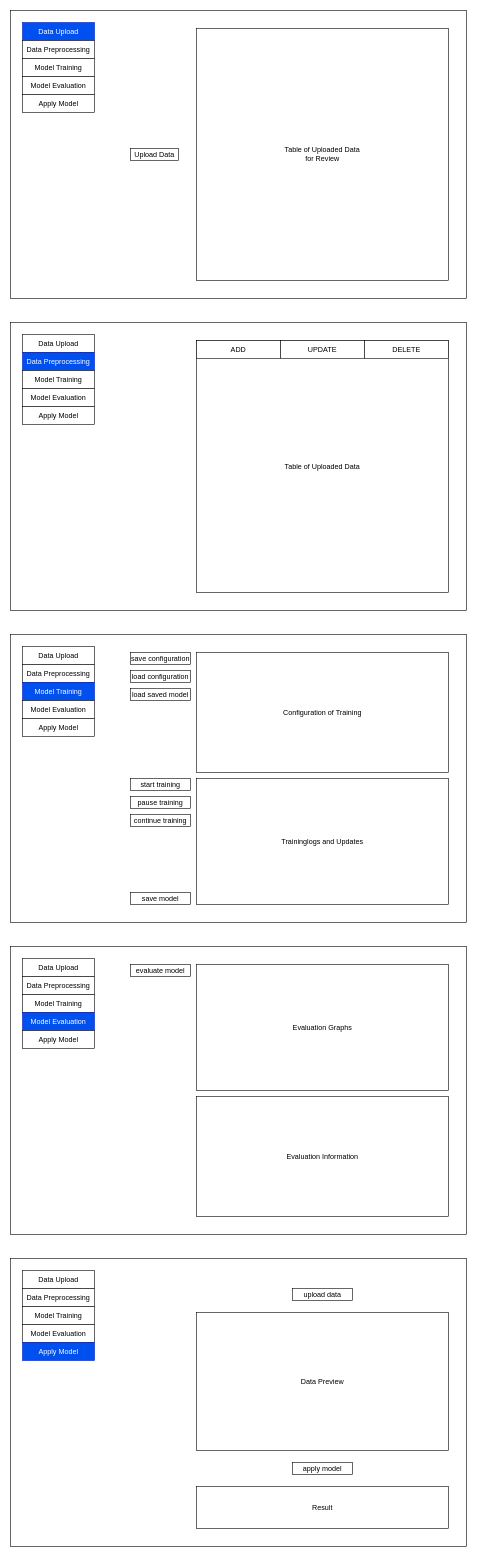
Earlier version of the draw.io diagram page "Page-1" (1 of 5) of Wireframe_WE.drawio (Peetee06/tnyML). Source tidied: cells renumbered, new cells numbered last; positions are measured from the earlier drawing's top-left corner, leaving out a move shared by most shapes. Both pictures are drawn from the tidied source at 60%, with x=0, y=0 at pixel (10, 10).
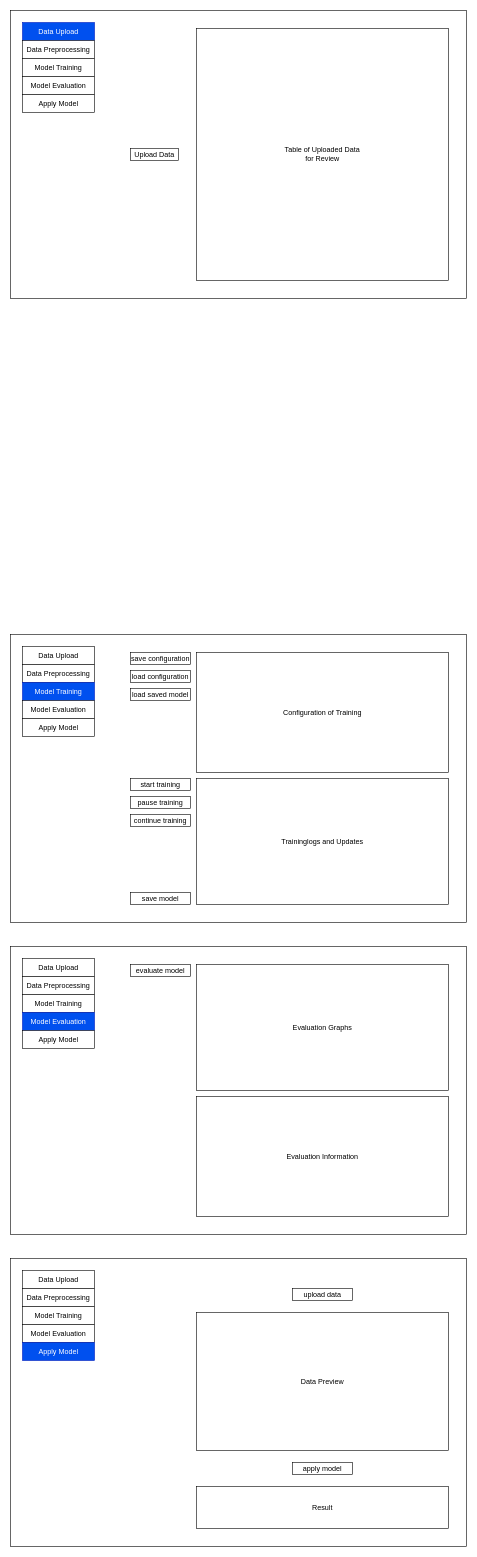
After the change.

Commit message:
Split Wireframe_WE.drawio into multiple pages

The edit, as a diff of the source:
```diff
@@
-    <mxCell id="3" style="rounded=0;whiteSpace=wrap;html=1;" parent="1" vertex="1">
-      <mxGeometry y="520" width="760" height="480" as="geometry" />
-    </mxCell>
@@
-    <mxCell id="14" style="group;" parent="1" vertex="1">
-      <mxGeometry x="20" y="540" width="120" height="150" as="geometry" />
-    </mxCell>
-    <mxCell id="15" value="Data Upload" style="rounded=0;whiteSpace=wrap;html=1;" parent="14" vertex="1">
-      <mxGeometry width="120" height="30" as="geometry" />
-    </mxCell>
-    <mxCell id="16" value="Data Preprocessing" style="rounded=0;whiteSpace=wrap;html=1;fillColor=#0050ef;fontColor=#ffffff;strokeColor=#001DBC;" parent="14" vertex="1">
-      <mxGeometry y="30" width="120" height="30" as="geometry" />
-    </mxCell>
-    <mxCell id="17" value="Model Training" style="rounded=0;whiteSpace=wrap;html=1;" parent="14" vertex="1">
-      <mxGeometry y="60" width="120" height="30" as="geometry" />
-    </mxCell>
-    <mxCell id="18" value="Model Evaluation" style="rounded=0;whiteSpace=wrap;html=1;" parent="14" vertex="1">
-      <mxGeometry y="90" width="120" height="30" as="geometry" />
-    </mxCell>
-    <mxCell id="19" value="Apply Model" style="rounded=0;whiteSpace=wrap;html=1;" parent="14" vertex="1">
-      <mxGeometry y="120" width="120" height="30" as="geometry" />
-    </mxCell>
@@
-    <mxCell id="39" value="&lt;div&gt;Table of Uploaded Data&lt;/div&gt;" style="rounded=0;whiteSpace=wrap;html=1;" parent="1" vertex="1">
-      <mxGeometry x="310" y="550" width="420" height="420" as="geometry" />
-    </mxCell>
-    <mxCell id="40" value="ADD&lt;br&gt;&lt;span style=&quot;white-space: pre&quot;&gt;&lt;/span&gt;" style="rounded=0;whiteSpace=wrap;html=1;" parent="1" vertex="1">
-      <mxGeometry x="310" y="550" width="140" height="30" as="geometry" />
-    </mxCell>
-    <mxCell id="41" value="UPDATE" style="rounded=0;whiteSpace=wrap;html=1;" parent="1" vertex="1">
-      <mxGeometry x="450" y="550" width="140" height="30" as="geometry" />
-    </mxCell>
-    <mxCell id="42" style="edgeStyle=orthogonalEdgeStyle;rounded=0;orthogonalLoop=1;jettySize=auto;html=1;exitX=0.5;exitY=1;exitDx=0;exitDy=0;" parent="1" edge="1" source="41" target="41">
-      <mxGeometry relative="1" as="geometry" />
-    </mxCell>
-    <mxCell id="43" value="DELETE" style="rounded=0;whiteSpace=wrap;html=1;" parent="1" vertex="1">
-      <mxGeometry x="590" y="550" width="140" height="30" as="geometry" />
-    </mxCell>
```
